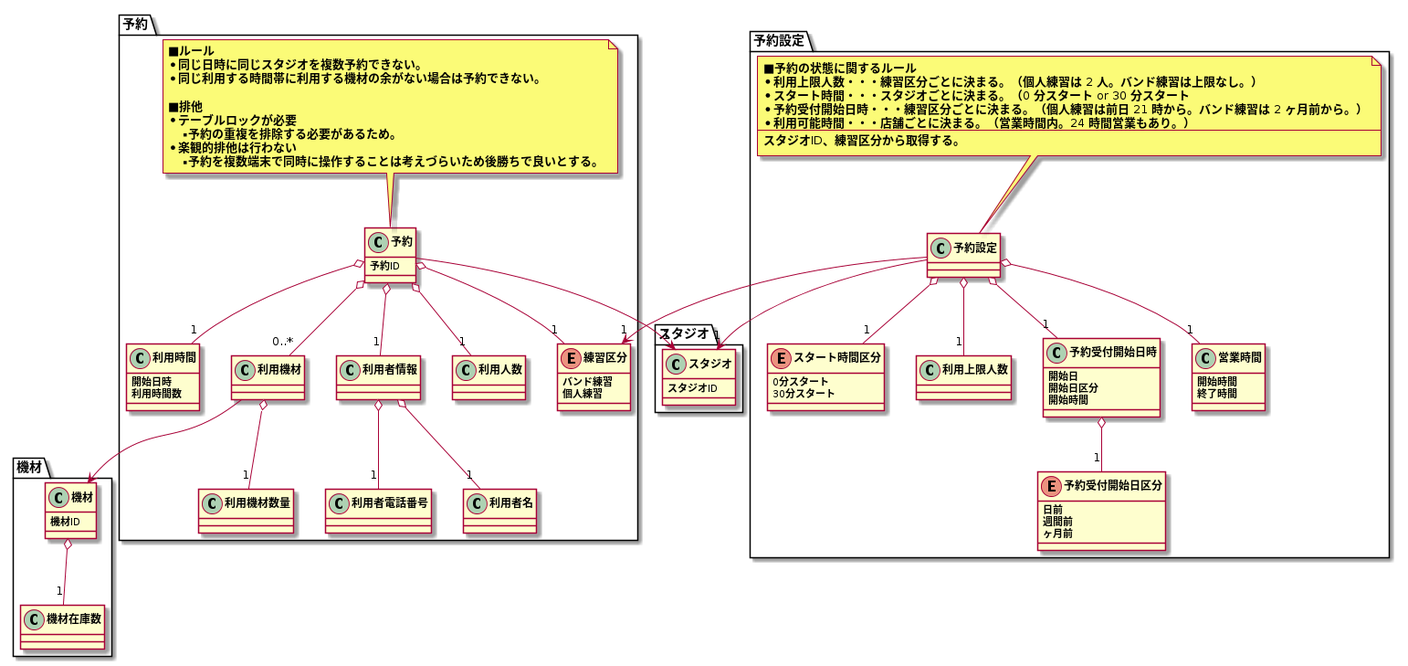
Above: modeling/07_DomainModel_予約/DomainModel.png in TakashiOnawa/ddd-practice-studio-reservation (PlantUML), before the change. Its diagram source:
```plantuml
@startuml DomainModel

package スタジオ {
    class スタジオ {
        スタジオID
    }
}

package 機材 {
    class 機材 {
        機材ID
    }

    class 機材在庫数

    機材 o-- "1" 機材在庫数
}

package 予約 {
    class 予約 {
        予約ID
    }

    class 利用時間 {
        開始日時
        利用時間数
    }

    class 利用者情報
    class 利用者名
    class 利用者電話番号
    利用者情報 o-- "1" 利用者名
    利用者情報 o-- "1" 利用者電話番号

    class 利用人数

    enum 練習区分 {
        バンド練習
        個人練習
    }

    class 利用機材
    class 利用機材数量
    利用機材 --> 機材
    利用機材 o-- "1" 利用機材数量

    予約 --> "1" スタジオ
    予約 o-- "1" 利用時間
    予約 o-- "1" 利用者情報
    予約 o-- "1" 利用人数
    予約 o-- "1" 練習区分
    予約 o-- "0..*" 利用機材

    note top of 予約
    ■ルール
    * 同じ日時に同じスタジオを複数予約できない。
    * 同じ利用する時間帯に利用する機材の余がない場合は予約できない。

    ■排他
    * テーブルロックが必要
    ** 予約の重複を排除する必要があるため。
    * 楽観的排他は行わない
    ** 予約を複数端末で同時に操作することは考えづらいため後勝ちで良いとする。
    end note
}

package 予約設定 {
    class 予約設定

    enum スタート時間区分 {
        0分スタート
        30分スタート
    }

    class 利用上限人数

    class 予約受付開始日時 {
        開始日
        開始日区分
        開始時間
    }
    enum 予約受付開始日区分 {
        日前
        週間前
        ヶ月前
    }
    予約受付開始日時 o-- "1" 予約受付開始日区分

    class 営業時間 {
        開始時間
        終了時間
    }

    予約設定 --> "1" スタジオ
    予約設定 --> "1" 練習区分
    予約設定 o-- "1" スタート時間区分
    予約設定 o-- "1" 利用上限人数
    予約設定 o-- "1" 予約受付開始日時
    予約設定 o-- "1" 営業時間

    note top of 予約設定
    ■予約の状態に関するルール
    * 利用上限人数・・・練習区分ごとに決まる。（個人練習は 2 人。バンド練習は上限なし。）
    * スタート時間・・・スタジオごとに決まる。（0 分スタート or 30 分スタート
    * 予約受付開始日時・・・練習区分ごとに決まる。（個人練習は前日 21 時から。バンド練習は 2 ヶ月前から。）
    * 利用可能時間・・・店舗ごとに決まる。（営業時間内。24 時間営業もあり。）
    ---
    スタジオID、練習区分から取得する。
    end note
}

@enduml
```
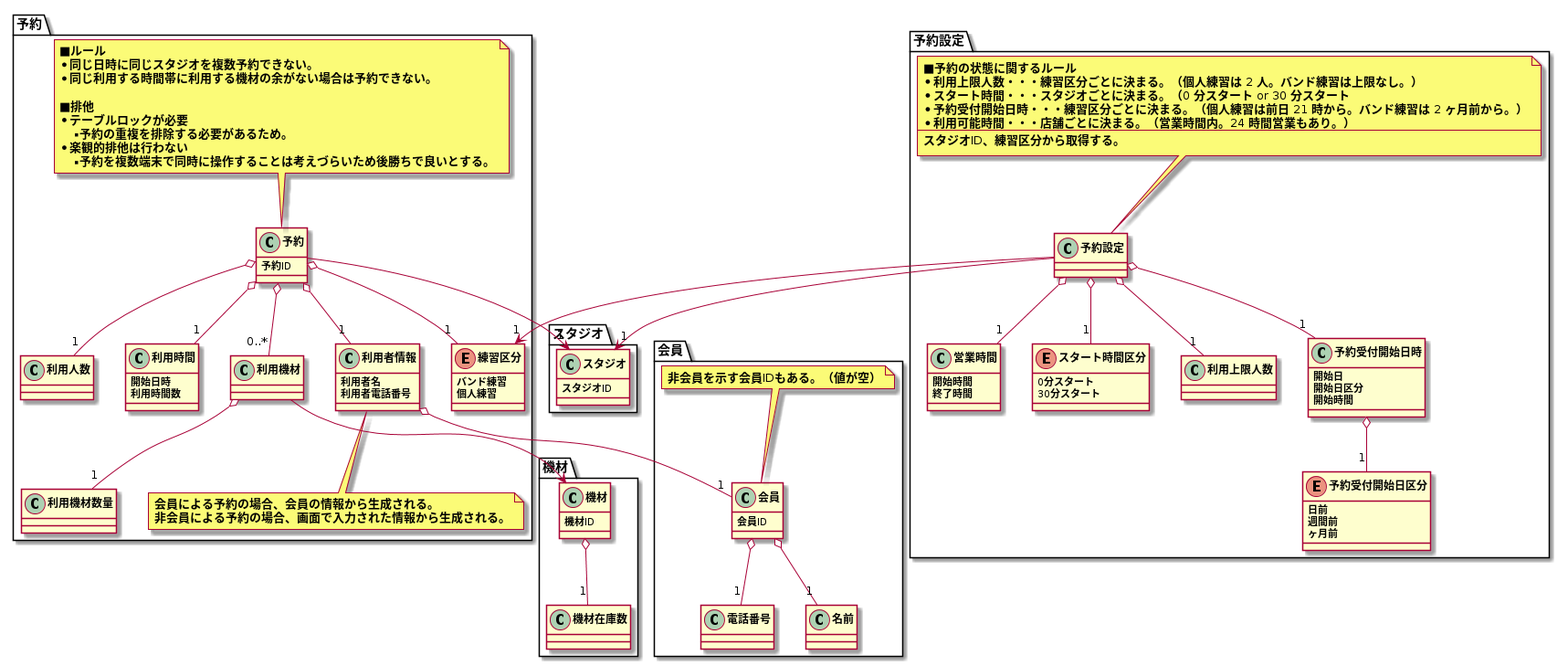
Later version of the same file.

What changed in the source:
```diff
@@ -16,6 +16,22 @@
     機材 o-- "1" 機材在庫数
 }
 
+package 会員 {
+    class 会員 {
+        会員ID
+    }
+
+    class 名前
+    class 電話番号
+
+    会員 o-- "1" 名前
+    会員 o-- "1" 電話番号
+
+    note top of 会員
+    非会員を示す会員IDもある。（値が空）
+    end note
+}
+
 package 予約 {
     class 予約 {
         予約ID
@@ -26,11 +42,16 @@
         利用時間数
     }
 
-    class 利用者情報
-    class 利用者名
-    class 利用者電話番号
-    利用者情報 o-- "1" 利用者名
-    利用者情報 o-- "1" 利用者電話番号
+    class 利用者情報 {
+        利用者名
+        利用者電話番号
+    }
+    利用者情報 o-- "1" 会員
+
+    note bottom of 利用者情報
+    会員による予約の場合、会員の情報から生成される。
+    非会員による予約の場合、画面で入力された情報から生成される。
+    end note
 
     class 利用人数
 
```
